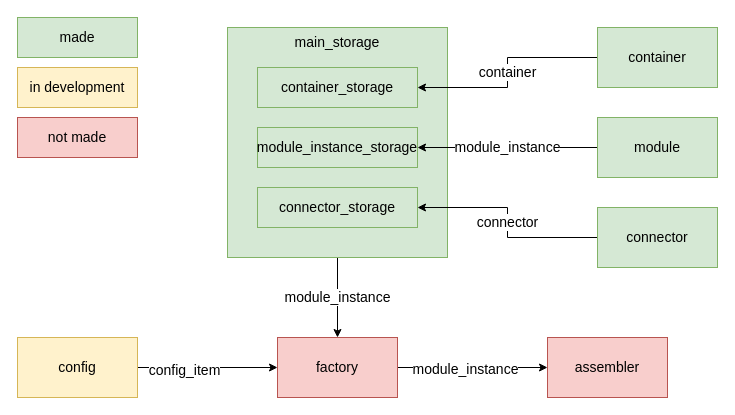
Before: doc/diagram.drawio in SkyRzn/sdr_server, a draw.io diagram. Source tidied: cells renumbered, new cells numbered last; positions are measured from the earlier drawing's top-left corner, leaving out a move shared by most shapes. Both pictures are drawn from the tidied source at 100%, with x=0, y=0 at pixel (17, 17).
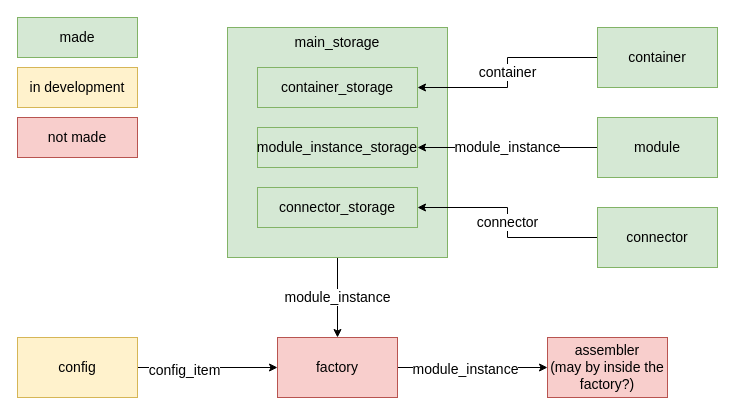
After the change.

What changed in the source:
```diff
@@
-    <mxCell id="16" value="&lt;div style=&quot;font-size: 14px;&quot;&gt;assembler&lt;/div&gt;" style="rounded=0;whiteSpace=wrap;html=1;align=center;fontSize=14;fillColor=#f8cecc;strokeColor=#b85450;" parent="1" vertex="1">
+    <mxCell id="16" value="&lt;div style=&quot;font-size: 14px&quot;&gt;assembler&lt;/div&gt;&lt;div style=&quot;font-size: 14px&quot;&gt;(may by inside the factory?)&lt;br&gt;&lt;/div&gt;" style="rounded=0;whiteSpace=wrap;html=1;align=center;fontSize=14;fillColor=#f8cecc;strokeColor=#b85450;" parent="1" vertex="1">
       <mxGeometry x="530" y="320" width="120" height="60" as="geometry" />
     </mxCell>
```
